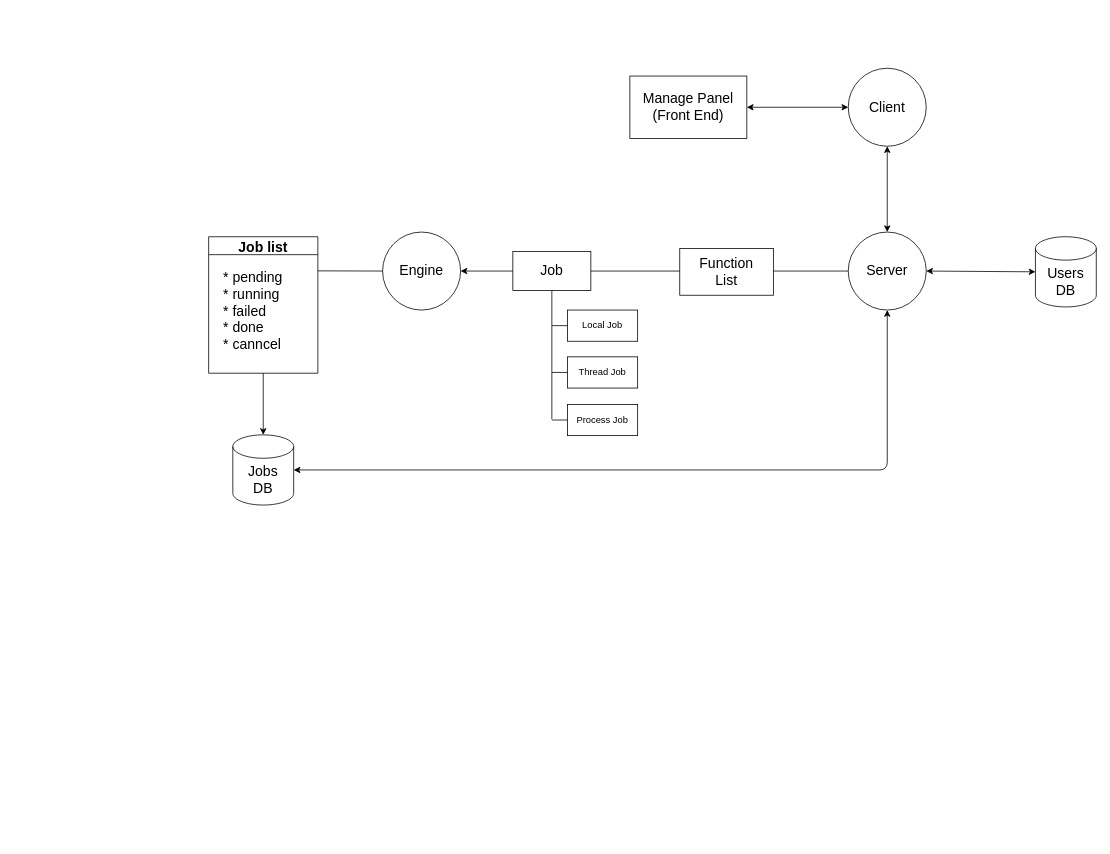
Nanguage/executor-engine keeps this draw.io diagram as doc/arch.drawio. Above is the earlier version. Source tidied: cells renumbered, new cells numbered last; positions are measured from the earlier drawing's top-left corner, leaving out a move shared by most shapes. Both pictures are drawn from the tidied source at 78%, with x=0, y=0 at pixel (208, 68).
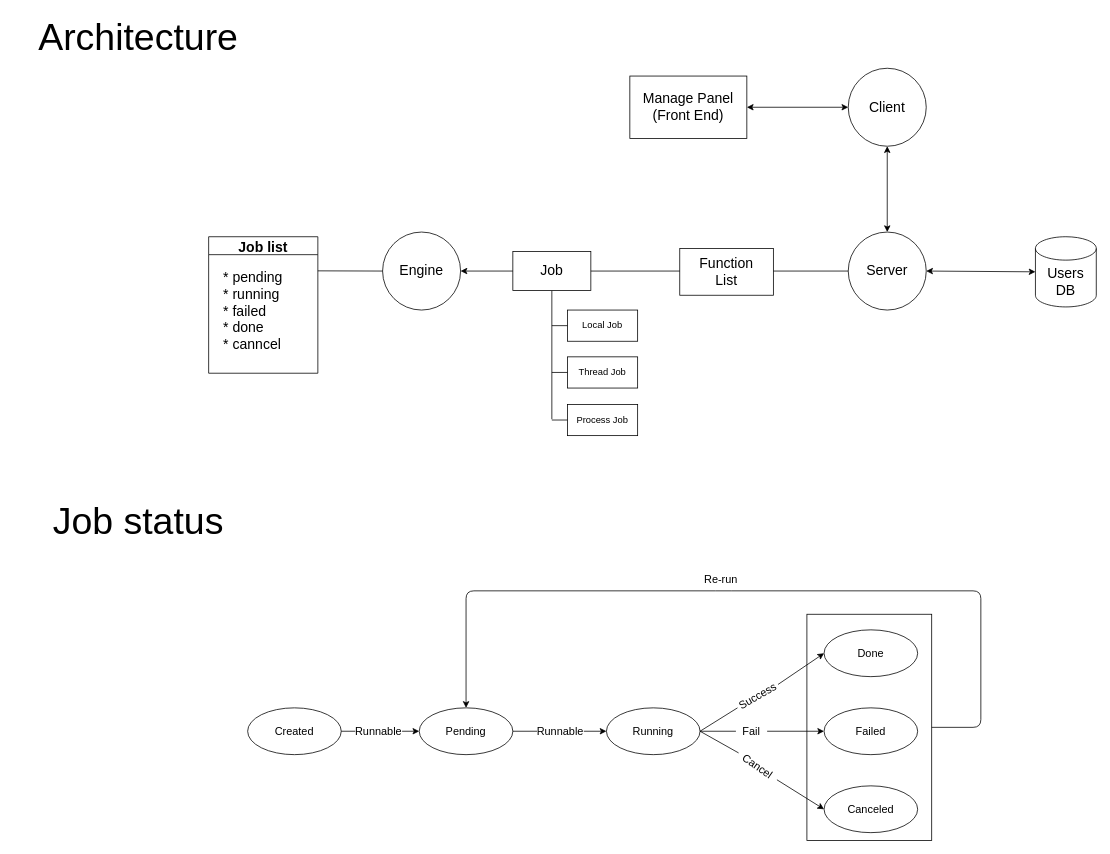
Above is the later version.

Commit message (it also covers changes not shown here):
add created status for init-job

The change refers to these unchanged cells:
```xml
<mxCell id="4" value="Job list" style="swimlane;fontSize=18;" parent="1" vertex="1">
  <mxGeometry y="216" width="140" height="175" as="geometry" />
</mxCell>
<mxCell id="8" value="Server" style="ellipse;whiteSpace=wrap;html=1;fontSize=18;" parent="1" vertex="1">
  <mxGeometry x="820" y="210" width="100" height="100" as="geometry" />
</mxCell>
```

Diff of the diagram source:
```diff
@@
-    <mxCell id="3" style="edgeStyle=none;html=1;exitX=0.5;exitY=1;exitDx=0;exitDy=0;fontSize=18;" parent="1" edge="1" source="4" target="18">
-      <mxGeometry relative="1" as="geometry" />
-    </mxCell>
@@
-    <mxCell id="18" value="Jobs&lt;br&gt;DB" style="shape=cylinder3;whiteSpace=wrap;html=1;boundedLbl=1;backgroundOutline=1;size=15;fontSize=18;" parent="1" vertex="1">
-      <mxGeometry x="31" y="470" width="78" height="90" as="geometry" />
-    </mxCell>
@@
-    <mxCell id="24" style="endArrow=classic;startArrow=classic;html=1;fontSize=18;exitX=1;exitY=0.5;exitDx=0;exitDy=0;exitPerimeter=0;entryX=0.5;entryY=1;entryDx=0;entryDy=0;" parent="1" edge="1" source="18" target="8">
-      <mxGeometry relative="1" as="geometry">
-        <Array as="points">
-          <mxPoint x="870" y="515" />
-        </Array>
-      </mxGeometry>
-    </mxCell>
@@
+    <mxCell id="27" value="&lt;font style=&quot;font-size: 48px&quot;&gt;Architecture&lt;/font&gt;" style="text;html=1;strokeColor=none;fillColor=none;align=center;verticalAlign=middle;whiteSpace=wrap;rounded=0;" parent="1" vertex="1">
+      <mxGeometry x="-250" y="-70" width="320" height="60" as="geometry" />
+    </mxCell>
+    <mxCell id="28" value="&lt;font style=&quot;font-size: 48px&quot;&gt;Job status&lt;/font&gt;" style="text;html=1;strokeColor=none;fillColor=none;align=center;verticalAlign=middle;whiteSpace=wrap;rounded=0;" parent="1" vertex="1">
+      <mxGeometry x="-250" y="550" width="320" height="60" as="geometry" />
+    </mxCell>
+    <mxCell id="29" style="rounded=0;whiteSpace=wrap;html=1;fontSize=14;" parent="1" vertex="1">
+      <mxGeometry x="767" y="700" width="160" height="290" as="geometry" />
+    </mxCell>
+    <mxCell id="30" value="&lt;font style=&quot;font-size: 14px&quot;&gt;Pending&lt;/font&gt;" style="ellipse;whiteSpace=wrap;html=1;fontSize=12;" parent="1" vertex="1">
+      <mxGeometry x="270" y="820" width="120" height="60" as="geometry" />
+    </mxCell>
+    <mxCell id="31" style="edgeStyle=none;html=1;exitX=1;exitY=0.5;exitDx=0;exitDy=0;entryX=0.5;entryY=0;entryDx=0;entryDy=0;fontSize=14;" parent="1" edge="1" source="29" target="30">
+      <mxGeometry relative="1" as="geometry">
+        <Array as="points">
+          <mxPoint x="990" y="845" />
+          <mxPoint x="990" y="670" />
+          <mxPoint x="660" y="670" />
+          <mxPoint x="330" y="670" />
+        </Array>
+      </mxGeometry>
+    </mxCell>
+    <mxCell id="32" value="&lt;font style=&quot;font-size: 14px&quot;&gt;Running&lt;/font&gt;" style="ellipse;whiteSpace=wrap;html=1;fontSize=12;" parent="1" vertex="1">
+      <mxGeometry x="510" y="820" width="120" height="60" as="geometry" />
+    </mxCell>
+    <mxCell id="33" style="edgeStyle=none;html=1;exitX=1;exitY=0.5;exitDx=0;exitDy=0;fontSize=14;startArrow=none;" parent="1" edge="1" source="47" target="32">
+      <mxGeometry relative="1" as="geometry" />
+    </mxCell>
+    <mxCell id="34" value="&lt;font style=&quot;font-size: 14px&quot;&gt;Done&lt;/font&gt;" style="ellipse;whiteSpace=wrap;html=1;fontSize=12;" parent="1" vertex="1">
+      <mxGeometry x="789" y="720" width="120" height="60" as="geometry" />
+    </mxCell>
+    <mxCell id="35" value="&lt;font style=&quot;font-size: 14px&quot;&gt;Failed&lt;/font&gt;" style="ellipse;whiteSpace=wrap;html=1;fontSize=12;" parent="1" vertex="1">
+      <mxGeometry x="789" y="820" width="120" height="60" as="geometry" />
+    </mxCell>
+    <mxCell id="36" value="&lt;font style=&quot;font-size: 14px&quot;&gt;Canceled&lt;/font&gt;" style="ellipse;whiteSpace=wrap;html=1;fontSize=12;" parent="1" vertex="1">
+      <mxGeometry x="789" y="920" width="120" height="60" as="geometry" />
+    </mxCell>
+    <mxCell id="37" value="Re-run" style="text;html=1;strokeColor=none;fillColor=none;align=center;verticalAlign=middle;whiteSpace=wrap;rounded=0;fontSize=14;" parent="1" vertex="1">
+      <mxGeometry x="627" y="640" width="60" height="30" as="geometry" />
+    </mxCell>
+    <mxCell id="38" value="Fail" style="text;html=1;strokeColor=none;fillColor=none;align=center;verticalAlign=middle;whiteSpace=wrap;rounded=0;fontSize=14;" parent="1" vertex="1">
+      <mxGeometry x="676" y="835" width="40" height="30" as="geometry" />
+    </mxCell>
+    <mxCell id="39" style="edgeStyle=none;html=1;exitX=1;exitY=0.5;exitDx=0;exitDy=0;entryX=0;entryY=0.5;entryDx=0;entryDy=0;fontSize=14;startArrow=none;" parent="1" edge="1" source="38" target="35">
+      <mxGeometry relative="1" as="geometry" />
+    </mxCell>
+    <mxCell id="40" style="edgeStyle=none;html=1;exitX=1;exitY=0.5;exitDx=0;exitDy=0;entryX=0;entryY=0.5;entryDx=0;entryDy=0;fontSize=14;endArrow=none;" parent="1" edge="1" source="32" target="38">
+      <mxGeometry relative="1" as="geometry" />
+    </mxCell>
+    <mxCell id="41" value="Success" style="text;html=1;strokeColor=none;fillColor=none;align=center;verticalAlign=middle;whiteSpace=wrap;rounded=0;fontSize=14;rotation=-30;" parent="1" vertex="1">
+      <mxGeometry x="674" y="790" width="60" height="30" as="geometry" />
+    </mxCell>
+    <mxCell id="42" style="edgeStyle=none;html=1;exitX=1;exitY=0.5;exitDx=0;exitDy=0;entryX=0;entryY=0.5;entryDx=0;entryDy=0;fontSize=14;startArrow=none;" parent="1" edge="1" source="41" target="34">
+      <mxGeometry relative="1" as="geometry" />
+    </mxCell>
+    <mxCell id="43" style="edgeStyle=none;html=1;exitX=1;exitY=0.5;exitDx=0;exitDy=0;entryX=0;entryY=0.5;entryDx=0;entryDy=0;fontSize=14;endArrow=none;" parent="1" edge="1" source="32" target="41">
+      <mxGeometry relative="1" as="geometry" />
+    </mxCell>
+    <mxCell id="44" value="Cancel" style="text;html=1;strokeColor=none;fillColor=none;align=center;verticalAlign=middle;whiteSpace=wrap;rounded=0;fontSize=14;rotation=35;" parent="1" vertex="1">
+      <mxGeometry x="674" y="880" width="60" height="30" as="geometry" />
+    </mxCell>
+    <mxCell id="45" style="edgeStyle=none;html=1;exitX=1;exitY=0.5;exitDx=0;exitDy=0;entryX=0;entryY=0.5;entryDx=0;entryDy=0;fontSize=14;endArrow=none;" parent="1" edge="1" source="32" target="44">
+      <mxGeometry relative="1" as="geometry" />
+    </mxCell>
+    <mxCell id="46" style="edgeStyle=none;html=1;exitX=1;exitY=0.5;exitDx=0;exitDy=0;entryX=0;entryY=0.5;entryDx=0;entryDy=0;fontSize=14;startArrow=none;" parent="1" edge="1" source="44" target="36">
+      <mxGeometry relative="1" as="geometry" />
+    </mxCell>
+    <mxCell id="47" value="Runnable" style="text;html=1;strokeColor=none;fillColor=none;align=center;verticalAlign=middle;whiteSpace=wrap;rounded=0;fontSize=14;" parent="1" vertex="1">
+      <mxGeometry x="421" y="835" width="60" height="30" as="geometry" />
+    </mxCell>
+    <mxCell id="48" style="edgeStyle=none;html=1;exitX=1;exitY=0.5;exitDx=0;exitDy=0;fontSize=14;endArrow=none;" parent="1" edge="1" source="30" target="47">
+      <mxGeometry relative="1" as="geometry" />
+    </mxCell>
+    <mxCell id="49" style="edgeStyle=none;html=1;exitX=1;exitY=0.5;exitDx=0;exitDy=0;entryX=0;entryY=0.5;entryDx=0;entryDy=0;fontSize=14;startArrow=none;" parent="1" edge="1" source="51" target="30">
+      <mxGeometry relative="1" as="geometry" />
+    </mxCell>
+    <mxCell id="50" value="&lt;font style=&quot;font-size: 14px&quot;&gt;Created&lt;/font&gt;" style="ellipse;whiteSpace=wrap;html=1;fontSize=12;" parent="1" vertex="1">
+      <mxGeometry x="50" y="820" width="120" height="60" as="geometry" />
+    </mxCell>
+    <mxCell id="51" value="Runnable" style="text;html=1;strokeColor=none;fillColor=none;align=center;verticalAlign=middle;whiteSpace=wrap;rounded=0;fontSize=14;" parent="1" vertex="1">
+      <mxGeometry x="188" y="835" width="60" height="30" as="geometry" />
+    </mxCell>
+    <mxCell id="52" style="edgeStyle=none;html=1;exitX=1;exitY=0.5;exitDx=0;exitDy=0;entryX=0;entryY=0.5;entryDx=0;entryDy=0;fontSize=14;endArrow=none;" parent="1" edge="1" source="50" target="51">
+      <mxGeometry relative="1" as="geometry" />
+    </mxCell>
```
